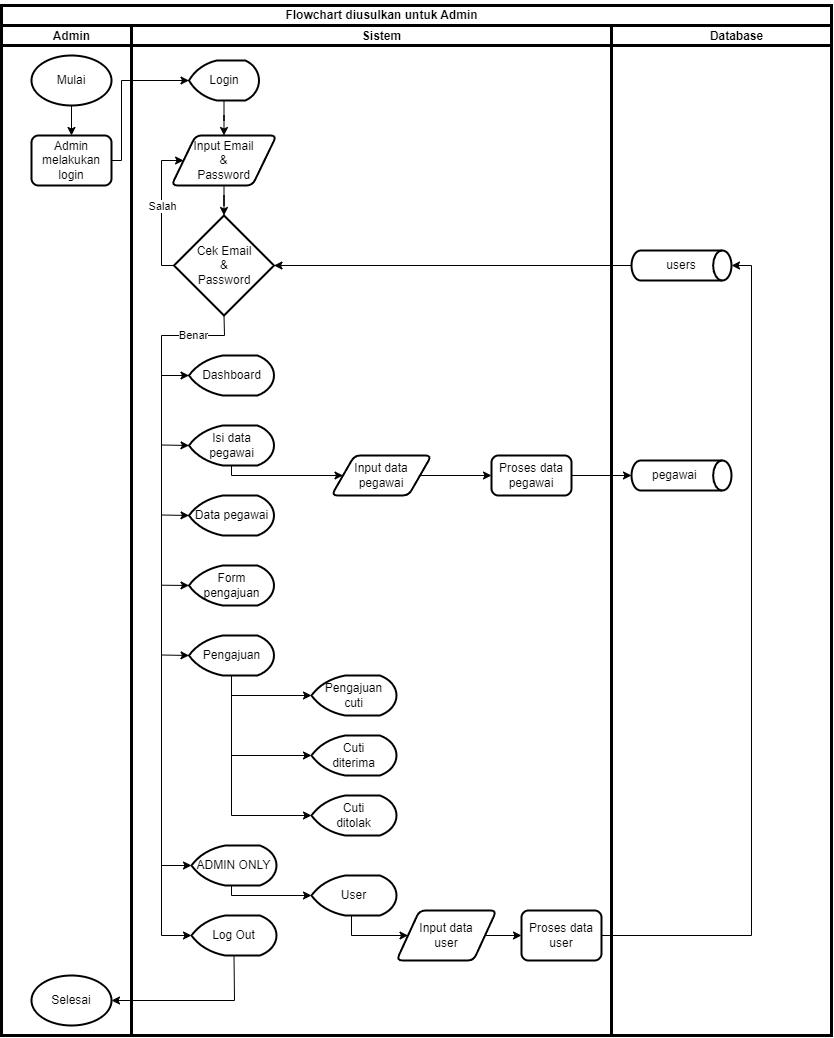
Earlier version of the draw.io export draw_io/flowchart admin.drawio.png (PWira/Cuti-Pegawai-RRI). Source tidied: cells renumbered, new cells last; positions are measured from the earlier drawing's top-left corner, leaving out a move shared by most shapes.
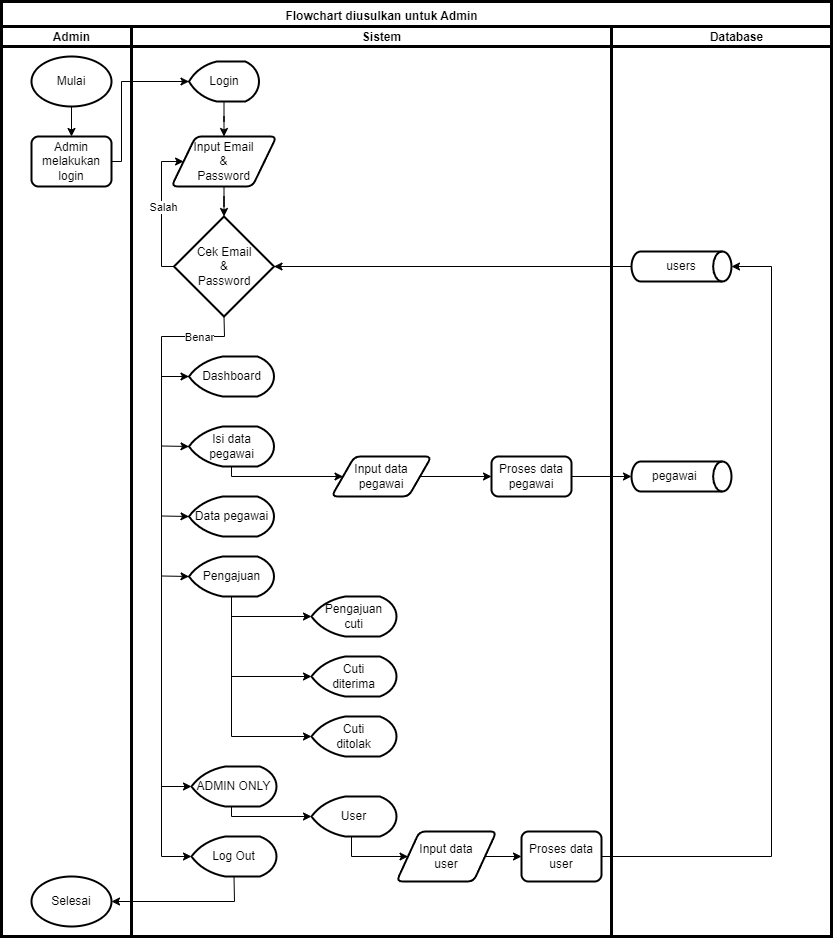
After the commit.

The edit, as a diff of the source:
```diff
@@ -43,14 +43,11 @@
     <mxCell id="13" value="Data pegawai" style="strokeWidth=2;html=1;shape=mxgraph.flowchart.display;whiteSpace=wrap;" parent="1" vertex="1">
       <mxGeometry x="187.5" y="495" width="85" height="40" as="geometry" />
     </mxCell>
-    <mxCell id="14" value="Form&lt;br&gt;pengajuan" style="strokeWidth=2;html=1;shape=mxgraph.flowchart.display;whiteSpace=wrap;" parent="1" vertex="1">
-      <mxGeometry x="187.5" y="565" width="85" height="40" as="geometry" />
-    </mxCell>
     <mxCell id="15" value="Pengajuan" style="strokeWidth=2;html=1;shape=mxgraph.flowchart.display;whiteSpace=wrap;" parent="1" vertex="1">
-      <mxGeometry x="187.5" y="635" width="85" height="40" as="geometry" />
+      <mxGeometry x="187.5" y="555" width="85" height="40" as="geometry" />
     </mxCell>
     <mxCell id="16" value="ADMIN ONLY" style="strokeWidth=2;html=1;shape=mxgraph.flowchart.display;whiteSpace=wrap;" parent="1" vertex="1">
-      <mxGeometry x="190" y="845" width="85" height="40" as="geometry" />
+      <mxGeometry x="190" y="765" width="85" height="40" as="geometry" />
     </mxCell>
     <mxCell id="17" style="endArrow=classic;html=1;rounded=0;exitX=0;exitY=0.5;exitDx=0;exitDy=0;exitPerimeter=0;entryX=0;entryY=0.5;entryDx=0;entryDy=0;" parent="1" edge="1" source="8" target="7">
       <mxGeometry relative="1" as="geometry">
@@ -73,7 +70,7 @@
         <Array as="points">
           <mxPoint x="223" y="335" />
           <mxPoint x="160" y="335" />
-          <mxPoint x="160" y="935" />
+          <mxPoint x="160" y="855" />
         </Array>
       </mxGeometry>
     </mxCell>
@@ -81,7 +78,7 @@
       <mxGeometry x="-0.86" relative="1" as="geometry" />
     </mxCell>
     <mxCell id="22" value="Log Out" style="strokeWidth=2;html=1;shape=mxgraph.flowchart.display;whiteSpace=wrap;" parent="1" vertex="1">
-      <mxGeometry x="190" y="915" width="85" height="40" as="geometry" />
+      <mxGeometry x="190" y="835" width="85" height="40" as="geometry" />
     </mxCell>
     <mxCell id="23" style="endArrow=classic;html=1;rounded=0;entryX=0;entryY=0.5;entryDx=0;entryDy=0;entryPerimeter=0;" parent="1" edge="1" target="10">
       <mxGeometry relative="1" as="geometry">
@@ -90,7 +87,7 @@
     </mxCell>
     <mxCell id="24" style="endArrow=classic;html=1;rounded=0;entryX=0;entryY=0.5;entryDx=0;entryDy=0;entryPerimeter=0;" parent="1" edge="1" target="15">
       <mxGeometry relative="1" as="geometry">
-        <mxPoint x="160" y="654.5" as="sourcePoint" />
+        <mxPoint x="160" y="574.5" as="sourcePoint" />
       </mxGeometry>
     </mxCell>
     <mxCell id="25" style="endArrow=classic;html=1;rounded=0;entryX=0;entryY=0.5;entryDx=0;entryDy=0;entryPerimeter=0;" parent="1" edge="1" target="12">
@@ -103,14 +100,9 @@
         <mxPoint x="160" y="514.5" as="sourcePoint" />
       </mxGeometry>
     </mxCell>
-    <mxCell id="27" style="endArrow=classic;html=1;rounded=0;entryX=0;entryY=0.5;entryDx=0;entryDy=0;entryPerimeter=0;" parent="1" edge="1" target="14">
-      <mxGeometry relative="1" as="geometry">
-        <mxPoint x="160" y="584.7" as="sourcePoint" />
-      </mxGeometry>
-    </mxCell>
     <mxCell id="28" style="endArrow=classic;html=1;rounded=0;entryX=0;entryY=0.5;entryDx=0;entryDy=0;entryPerimeter=0;" parent="1" edge="1" target="16">
       <mxGeometry relative="1" as="geometry">
-        <mxPoint x="160" y="865" as="sourcePoint" />
+        <mxPoint x="160" y="785" as="sourcePoint" />
       </mxGeometry>
     </mxCell>
     <mxCell id="29" style="edgeStyle=orthogonalEdgeStyle;rounded=0;jettySize=auto;html=1;entryX=1;entryY=0.5;entryDx=0;entryDy=0;entryPerimeter=0;" parent="1" edge="1" source="9" target="8">
@@ -139,39 +131,39 @@
       <mxGeometry relative="1" as="geometry" />
     </mxCell>
     <mxCell id="36" value="Cuti&lt;div&gt;diterima&lt;/div&gt;" style="strokeWidth=2;html=1;shape=mxgraph.flowchart.display;whiteSpace=wrap;" parent="1" vertex="1">
-      <mxGeometry x="310" y="735" width="85" height="40" as="geometry" />
+      <mxGeometry x="310" y="655" width="85" height="40" as="geometry" />
     </mxCell>
     <mxCell id="37" value="Pengajuan&lt;div&gt;cuti&lt;/div&gt;" style="strokeWidth=2;html=1;shape=mxgraph.flowchart.display;whiteSpace=wrap;" parent="1" vertex="1">
-      <mxGeometry x="310" y="675" width="85" height="40" as="geometry" />
+      <mxGeometry x="310" y="595" width="85" height="40" as="geometry" />
     </mxCell>
     <mxCell id="38" value="Cuti&lt;div&gt;ditolak&lt;/div&gt;" style="strokeWidth=2;html=1;shape=mxgraph.flowchart.display;whiteSpace=wrap;" parent="1" vertex="1">
-      <mxGeometry x="310" y="795" width="85" height="40" as="geometry" />
+      <mxGeometry x="310" y="715" width="85" height="40" as="geometry" />
     </mxCell>
     <mxCell id="39" style="endArrow=classic;html=1;rounded=0;exitX=0.5;exitY=1;exitDx=0;exitDy=0;exitPerimeter=0;entryX=0;entryY=0.5;entryDx=0;entryDy=0;entryPerimeter=0;" parent="1" edge="1" source="15" target="38">
       <mxGeometry relative="1" as="geometry">
         <Array as="points">
-          <mxPoint x="230" y="815" />
+          <mxPoint x="230" y="735" />
         </Array>
       </mxGeometry>
     </mxCell>
     <mxCell id="40" style="endArrow=classic;html=1;rounded=0;entryX=0;entryY=0.5;entryDx=0;entryDy=0;entryPerimeter=0;" parent="1" edge="1" target="37">
       <mxGeometry relative="1" as="geometry">
-        <mxPoint x="230" y="695" as="sourcePoint" />
+        <mxPoint x="230" y="615" as="sourcePoint" />
       </mxGeometry>
     </mxCell>
     <mxCell id="41" style="endArrow=classic;html=1;rounded=0;entryX=0;entryY=0.5;entryDx=0;entryDy=0;entryPerimeter=0;" parent="1" edge="1" target="36">
       <mxGeometry relative="1" as="geometry">
-        <mxPoint x="230" y="755" as="sourcePoint" />
+        <mxPoint x="230" y="675" as="sourcePoint" />
       </mxGeometry>
     </mxCell>
     <mxCell id="42" value="User" style="strokeWidth=2;html=1;shape=mxgraph.flowchart.display;whiteSpace=wrap;" parent="1" vertex="1">
-      <mxGeometry x="310" y="875" width="85" height="40" as="geometry" />
+      <mxGeometry x="310" y="795" width="85" height="40" as="geometry" />
     </mxCell>
     <mxCell id="43" style="endArrow=classic;html=1;rounded=0;exitX=0.5;exitY=1;exitDx=0;exitDy=0;exitPerimeter=0;entryX=0;entryY=0.5;entryDx=0;entryDy=0;entryPerimeter=0;" parent="1" edge="1" source="16" target="42">
       <mxGeometry relative="1" as="geometry">
         <Array as="points">
-          <mxPoint x="230" y="885" />
-          <mxPoint x="230" y="895" />
+          <mxPoint x="230" y="805" />
+          <mxPoint x="230" y="815" />
         </Array>
       </mxGeometry>
     </mxCell>
@@ -179,41 +171,46 @@
       <mxGeometry relative="1" as="geometry" />
     </mxCell>
     <mxCell id="45" value="Input data&lt;div&gt;user&lt;/div&gt;" style="shape=parallelogram;html=1;strokeWidth=2;perimeter=parallelogramPerimeter;whiteSpace=wrap;rounded=1;arcSize=12;size=0.23;" parent="1" vertex="1">
-      <mxGeometry x="395" y="910" width="100" height="50" as="geometry" />
+      <mxGeometry x="395" y="830" width="100" height="50" as="geometry" />
     </mxCell>
     <mxCell id="46" value="Proses data&lt;div&gt;user&lt;/div&gt;" style="rounded=1;whiteSpace=wrap;html=1;absoluteArcSize=1;arcSize=14;strokeWidth=2;" parent="1" vertex="1">
-      <mxGeometry x="520" y="910" width="80" height="50" as="geometry" />
+      <mxGeometry x="520" y="830" width="80" height="50" as="geometry" />
     </mxCell>
-    <mxCell id="47" style="edgeStyle=orthogonalEdgeStyle;rounded=0;jettySize=auto;html=1;entryX=1;entryY=0.5;entryDx=0;entryDy=0;entryPerimeter=0;" parent="1" edge="1" source="46" target="9">
-      <mxGeometry relative="1" as="geometry" />
+    <mxCell id="47" style="edgeStyle=orthogonalEdgeStyle;rounded=0;jettySize=auto;html=1;entryX=1;entryY=0.5;entryDx=0;entryDy=0;entryPerimeter=0;exitX=1;exitY=0.5;exitDx=0;exitDy=0;" parent="1" edge="1" source="46" target="9">
+      <mxGeometry relative="1" as="geometry">
+        <Array as="points">
+          <mxPoint x="770" y="855" />
+          <mxPoint x="770" y="265" />
+        </Array>
+      </mxGeometry>
     </mxCell>
     <mxCell id="48" style="endArrow=classic;html=1;rounded=0;exitX=0.5;exitY=1;exitDx=0;exitDy=0;exitPerimeter=0;entryX=0;entryY=0.5;entryDx=0;entryDy=0;" parent="1" edge="1" source="42" target="45">
       <mxGeometry relative="1" as="geometry">
         <Array as="points">
-          <mxPoint x="350" y="915" />
-          <mxPoint x="350" y="935" />
+          <mxPoint x="350" y="835" />
+          <mxPoint x="350" y="855" />
         </Array>
       </mxGeometry>
     </mxCell>
     <mxCell id="49" value="Selesai" style="strokeWidth=2;html=1;shape=mxgraph.flowchart.start_1;whiteSpace=wrap;" parent="1" vertex="1">
-      <mxGeometry x="30" y="975" width="80" height="50" as="geometry" />
+      <mxGeometry x="30" y="875" width="80" height="50" as="geometry" />
     </mxCell>
     <mxCell id="50" style="endArrow=classic;html=1;rounded=0;exitX=0.5;exitY=1;exitDx=0;exitDy=0;exitPerimeter=0;entryX=1;entryY=0.5;entryDx=0;entryDy=0;entryPerimeter=0;" parent="1" edge="1" source="22" target="49">
       <mxGeometry relative="1" as="geometry">
         <Array as="points">
-          <mxPoint x="233" y="1000" />
+          <mxPoint x="233" y="900" />
         </Array>
       </mxGeometry>
     </mxCell>
     <mxCell id="51" style="endArrow=none;html=1;rounded=0;strokeWidth=3;" parent="1" edge="1">
       <mxGeometry relative="1" as="geometry">
-        <mxPoint x="130" y="1035" as="sourcePoint" />
+        <mxPoint x="130" y="935" as="sourcePoint" />
         <mxPoint x="130" y="25" as="targetPoint" />
       </mxGeometry>
     </mxCell>
     <mxCell id="52" style="endArrow=none;html=1;rounded=0;strokeWidth=3;" parent="1" edge="1">
       <mxGeometry relative="1" as="geometry">
-        <mxPoint x="610" y="1035" as="sourcePoint" />
+        <mxPoint x="610" y="935" as="sourcePoint" />
         <mxPoint x="610" y="25" as="targetPoint" />
       </mxGeometry>
     </mxCell>
@@ -239,7 +236,7 @@
       <mxGeometry x="700" y="21" width="70" height="30" as="geometry" />
     </mxCell>
     <mxCell id="58" style="rounded=0;whiteSpace=wrap;html=1;fillColor=none;strokeWidth=3;" parent="1" vertex="1">
-      <mxGeometry y="5" width="830" height="1030" as="geometry" />
+      <mxGeometry width="830" height="935" as="geometry" />
     </mxCell>
     <mxCell id="59" value="Flowchart diusulkan untuk Admin" style="text;html=1;align=center;verticalAlign=middle;strokeColor=none;fillColor=none;fontStyle=1;" parent="1" vertex="1">
       <mxGeometry x="280" width="200" height="30" as="geometry" />
```
